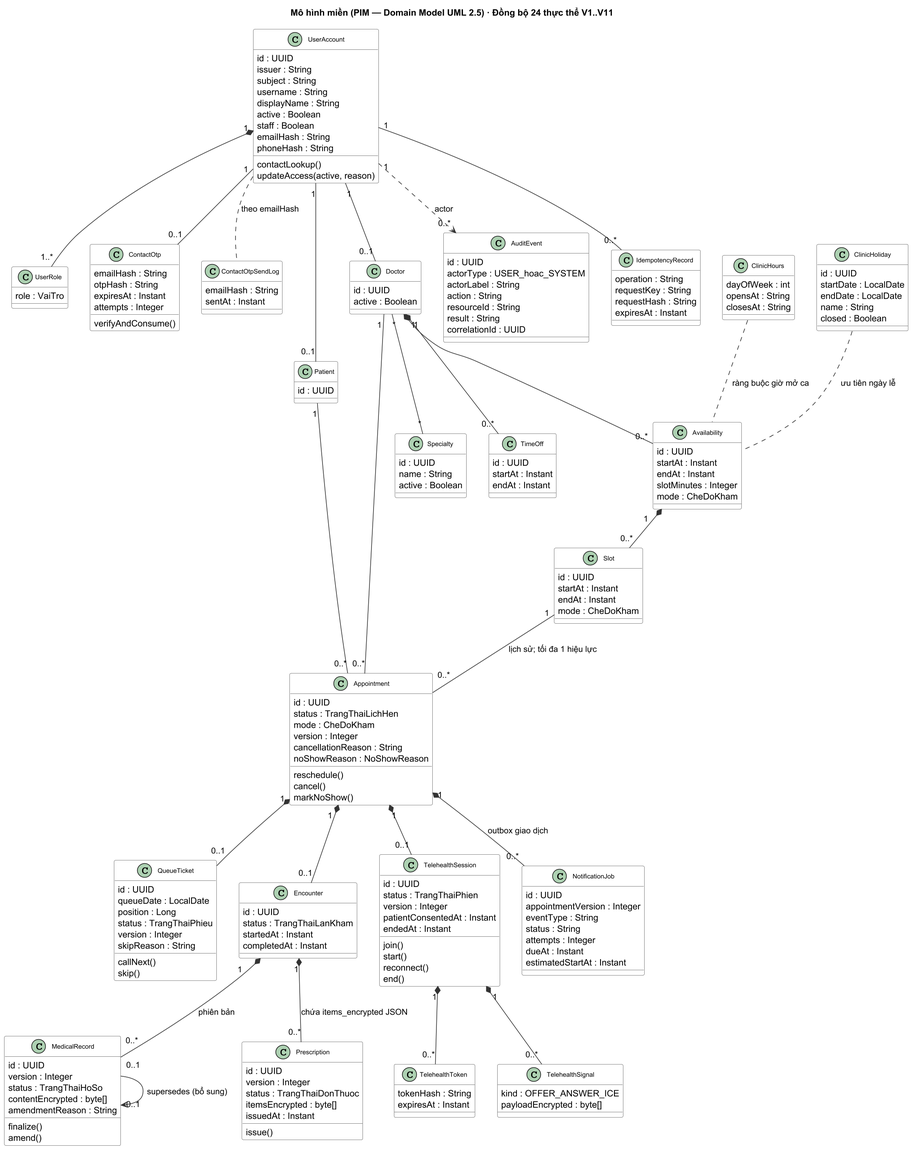
Above: docs/design/class-diagram/class-diagram.png in Samie32/SE-project (PlantUML), before the change.
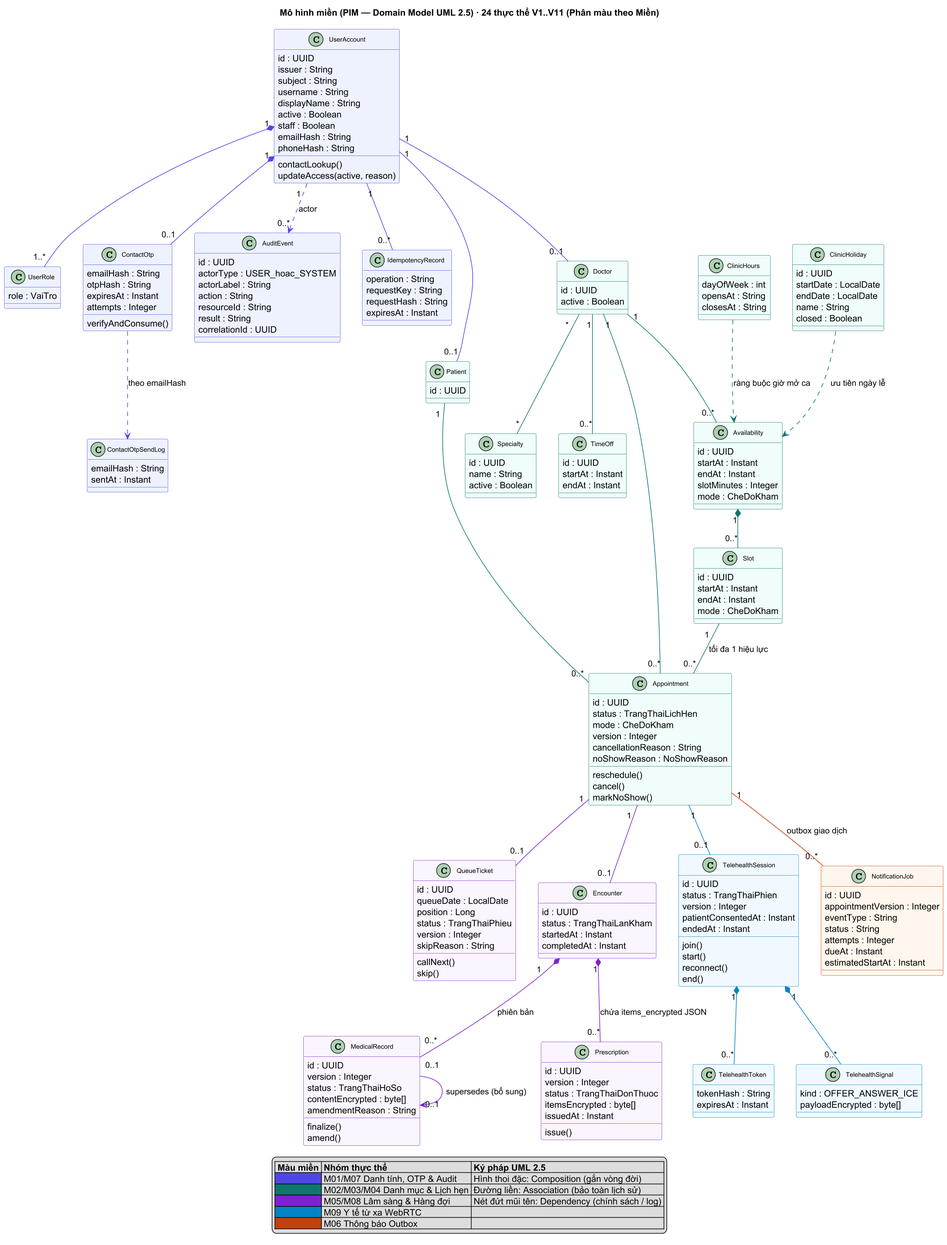
Later version of the same file.

What changed in the source:
```diff
@@ -1,18 +1,16 @@
 @startuml class-diagram
 skinparam class {
-  BackgroundColor White
-  BorderColor #555
-  ArrowColor #333
   FontName Arial
   FontSize 10
+  HeaderFontColor #0F172A
 }
 skinparam noteBackgroundColor #FFFDE7
 skinparam noteBorderColor #F9A825
 skinparam shadowing false
 skinparam dpi 150
-title Mô hình miền (PIM — Domain Model UML 2.5) · Đồng bộ 24 thực thể V1..V11
+title Mô hình miền (PIM — Domain Model UML 2.5) · 24 thực thể V1..V11 (Phân màu theo Miền)
 
-class UserAccount {
+class UserAccount #EEF2FF;line:4F46E5 {
   id : UUID
   issuer : String
   subject : String
@@ -26,11 +24,11 @@
   updateAccess(active, reason)
 }
 
-class UserRole {
+class UserRole #EEF2FF;line:4F46E5 {
   role : VaiTro
 }
 
-class ContactOtp {
+class ContactOtp #EEF2FF;line:4F46E5 {
   emailHash : String
   otpHash : String
   expiresAt : Instant
@@ -38,33 +36,50 @@
   verifyAndConsume()
 }
 
-class ContactOtpSendLog {
+class ContactOtpSendLog #EEF2FF;line:4F46E5 {
   emailHash : String
   sentAt : Instant
 }
 
-class Patient {
+class AuditEvent #EEF2FF;line:4F46E5 {
+  id : UUID
+  actorType : USER_hoac_SYSTEM
+  actorLabel : String
+  action : String
+  resourceId : String
+  result : String
+  correlationId : UUID
+}
+
+class IdempotencyRecord #EEF2FF;line:4F46E5 {
+  operation : String
+  requestKey : String
+  requestHash : String
+  expiresAt : Instant
+}
+
+class Patient #F0FDFA;line:0F766E {
   id : UUID
 }
 
-class Doctor {
+class Doctor #F0FDFA;line:0F766E {
   id : UUID
   active : Boolean
 }
 
-class Specialty {
+class Specialty #F0FDFA;line:0F766E {
   id : UUID
   name : String
   active : Boolean
 }
 
-class ClinicHours {
+class ClinicHours #F0FDFA;line:0F766E {
   dayOfWeek : int
   opensAt : String
   closesAt : String
 }
 
-class ClinicHoliday {
+class ClinicHoliday #F0FDFA;line:0F766E {
   id : UUID
   startDate : LocalDate
   endDate : LocalDate
@@ -72,7 +87,7 @@
   closed : Boolean
 }
 
-class Availability {
+class Availability #F0FDFA;line:0F766E {
   id : UUID
   startAt : Instant
   endAt : Instant
@@ -80,20 +95,20 @@
   mode : CheDoKham
 }
 
-class TimeOff {
+class TimeOff #F0FDFA;line:0F766E {
   id : UUID
   startAt : Instant
   endAt : Instant
 }
 
-class Slot {
+class Slot #F0FDFA;line:0F766E {
   id : UUID
   startAt : Instant
   endAt : Instant
   mode : CheDoKham
 }
 
-class Appointment {
+class Appointment #F0FDFA;line:0F766E {
   id : UUID
   status : TrangThaiLichHen
   mode : CheDoKham
@@ -105,7 +120,7 @@
   markNoShow()
 }
 
-class QueueTicket {
+class QueueTicket #FAF5FF;line:7E22CE {
   id : UUID
   queueDate : LocalDate
   position : Long
@@ -116,14 +131,14 @@
   skip()
 }
 
-class Encounter {
+class Encounter #FAF5FF;line:7E22CE {
   id : UUID
   status : TrangThaiLanKham
   startedAt : Instant
   completedAt : Instant
 }
 
-class MedicalRecord {
+class MedicalRecord #FAF5FF;line:7E22CE {
   id : UUID
   version : Integer
   status : TrangThaiHoSo
@@ -133,7 +148,7 @@
   amend()
 }
 
-class Prescription {
+class Prescription #FAF5FF;line:7E22CE {
   id : UUID
   version : Integer
   status : TrangThaiDonThuoc
@@ -142,7 +157,7 @@
   issue()
 }
 
-class TelehealthSession {
+class TelehealthSession #F0F9FF;line:0284C7 {
   id : UUID
   status : TrangThaiPhien
   version : Integer
@@ -154,17 +169,17 @@
   end()
 }
 
-class TelehealthToken {
+class TelehealthToken #F0F9FF;line:0284C7 {
   tokenHash : String
   expiresAt : Instant
 }
 
-class TelehealthSignal {
+class TelehealthSignal #F0F9FF;line:0284C7 {
   kind : OFFER_ANSWER_ICE
   payloadEncrypted : byte[]
 }
 
-class NotificationJob {
+class NotificationJob #FFF7ED;line:C2410C {
   id : UUID
   appointmentVersion : Integer
   eventType : String
@@ -174,52 +189,43 @@
   estimatedStartAt : Instant
 }
 
-class AuditEvent {
-  id : UUID
-  actorType : USER_hoac_SYSTEM
-  actorLabel : String
-  action : String
-  resourceId : String
-  result : String
-  correlationId : UUID
-}
+UserAccount "1" *-[#4F46E5]- "1..*" UserRole
+UserAccount "1" *-[#4F46E5]- "0..1" ContactOtp
+Availability "1" *-[#0F766E]- "0..*" Slot
+Encounter "1" *-[#7E22CE]- "0..*" MedicalRecord : phiên bản
+Encounter "1" *-[#7E22CE]- "0..*" Prescription : chứa items_encrypted JSON
+TelehealthSession "1" *-[#0284C7]- "0..*" TelehealthToken
+TelehealthSession "1" *-[#0284C7]- "0..*" TelehealthSignal
 
-class IdempotencyRecord {
-  operation : String
-  requestKey : String
-  requestHash : String
-  expiresAt : Instant
-}
+UserAccount "1" -[#4F46E5]- "0..1" Doctor
+UserAccount "1" -[#4F46E5]- "0..1" Patient
+UserAccount "1" -[#4F46E5]- "0..*" IdempotencyRecord
 
-UserAccount "1" *-- "1..*" UserRole
-UserAccount "1" -- "0..1" ContactOtp
-UserAccount "1" -- "0..1" Doctor
-UserAccount "1" -- "0..1" Patient
-UserAccount "1" ..> "0..*" AuditEvent : actor
-UserAccount "1" -- "0..*" IdempotencyRecord
-UserAccount .. ContactOtpSendLog : theo emailHash
+Doctor "*" -[#0F766E]- "*" Specialty
+Doctor "1" -[#0F766E]- "0..*" Availability
+Doctor "1" -[#0F766E]- "0..*" TimeOff
+Slot "1" -[#0F766E]- "0..*" Appointment : tối đa 1 hiệu lực
+Doctor "1" -[#0F766E]- "0..*" Appointment
+Patient "1" -[#0F766E]- "0..*" Appointment
 
-Doctor "*" -- "*" Specialty
-Doctor "1" *-- "0..*" Availability
-Doctor "1" *-- "0..*" TimeOff
-ClinicHours .. Availability : ràng buộc giờ mở ca
-ClinicHoliday .. Availability : ưu tiên ngày lễ
+Appointment "1" -[#7E22CE]- "0..1" QueueTicket
+Appointment "1" -[#7E22CE]- "0..1" Encounter
+MedicalRecord "0..1" -[#7E22CE]-> "0..1" MedicalRecord : supersedes (bổ sung)
+Appointment "1" -[#0284C7]- "0..1" TelehealthSession
+Appointment "1" -[#C2410C]- "0..*" NotificationJob : outbox giao dịch
 
-Availability "1" *-- "0..*" Slot
-Slot "1" -- "0..*" Appointment : lịch sử; tối đa 1 hiệu lực
-Doctor "1" -- "0..*" Appointment
-Patient "1" -- "0..*" Appointment
+UserAccount "1" .[#4F46E5].> "0..*" AuditEvent : actor
+ContactOtp .[#4F46E5].> ContactOtpSendLog : theo emailHash
+ClinicHours .[#0F766E].> Availability : ràng buộc giờ mở ca
+ClinicHoliday .[#0F766E].> Availability : ưu tiên ngày lễ
 
-Appointment "1" *-- "0..1" QueueTicket
-Appointment "1" *-- "0..1" Encounter
-Appointment "1" *-- "0..1" TelehealthSession
-Appointment "1" *-- "0..*" NotificationJob : outbox giao dịch
-
-Encounter "1" *-- "0..*" MedicalRecord : phiên bản
-MedicalRecord "0..1" --> "0..1" MedicalRecord : supersedes (bổ sung)
-Encounter "1" *-- "0..*" Prescription : chứa items_encrypted JSON
-
-TelehealthSession "1" *-- "0..*" TelehealthToken
-TelehealthSession "1" *-- "0..*" TelehealthSignal
+legend bottom
+  |= Màu miền |= Nhóm thực thể |= Ký pháp UML 2.5 |
+  |<#4F46E5>   | M01/M07 Danh tính, OTP & Audit | Hình thoi đặc: Composition (gắn vòng đời) |
+  |<#0F766E>   | M02/M03/M04 Danh mục & Lịch hẹn | Đường liền: Association (bảo toàn lịch sử) |
+  |<#7E22CE>   | M05/M08 Lâm sàng & Hàng đợi | Nét đứt mũi tên: Dependency (chính sách / log) |
+  |<#0284C7>   | M09 Y tế từ xa WebRTC | |
+  |<#C2410C>   | M06 Thông báo Outbox | |
+endlegend
 
 @enduml
```
